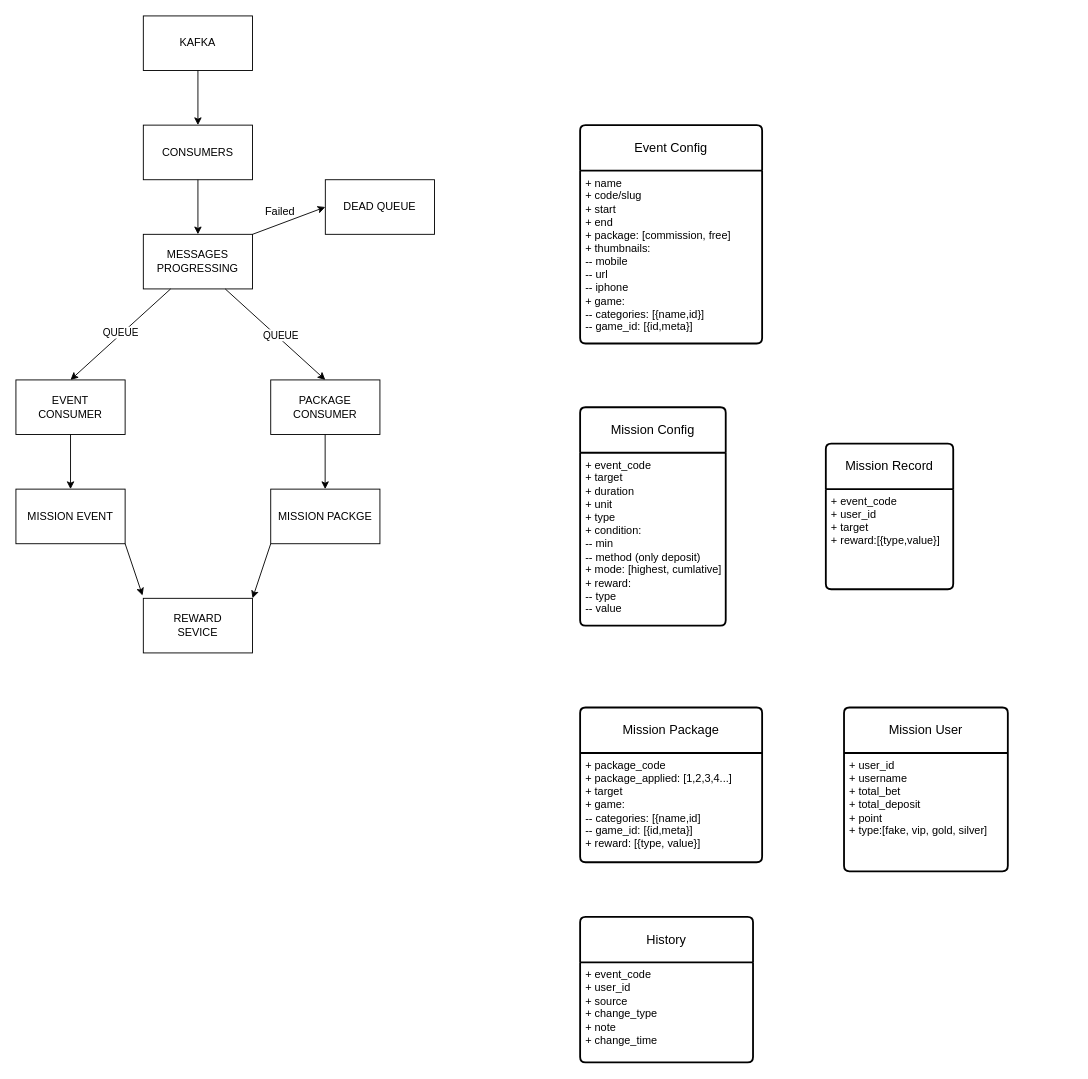
The draw.io diagram S8 Mission.drawio in aronans8/git-workflow, before the edit. Source tidied: cells renumbered, new cells numbered last; positions are measured from the earlier drawing's top-left corner, leaving out a move shared by most shapes. Both pictures are drawn from the tidied source at 91%, with x=0, y=0 at pixel (15, 15).
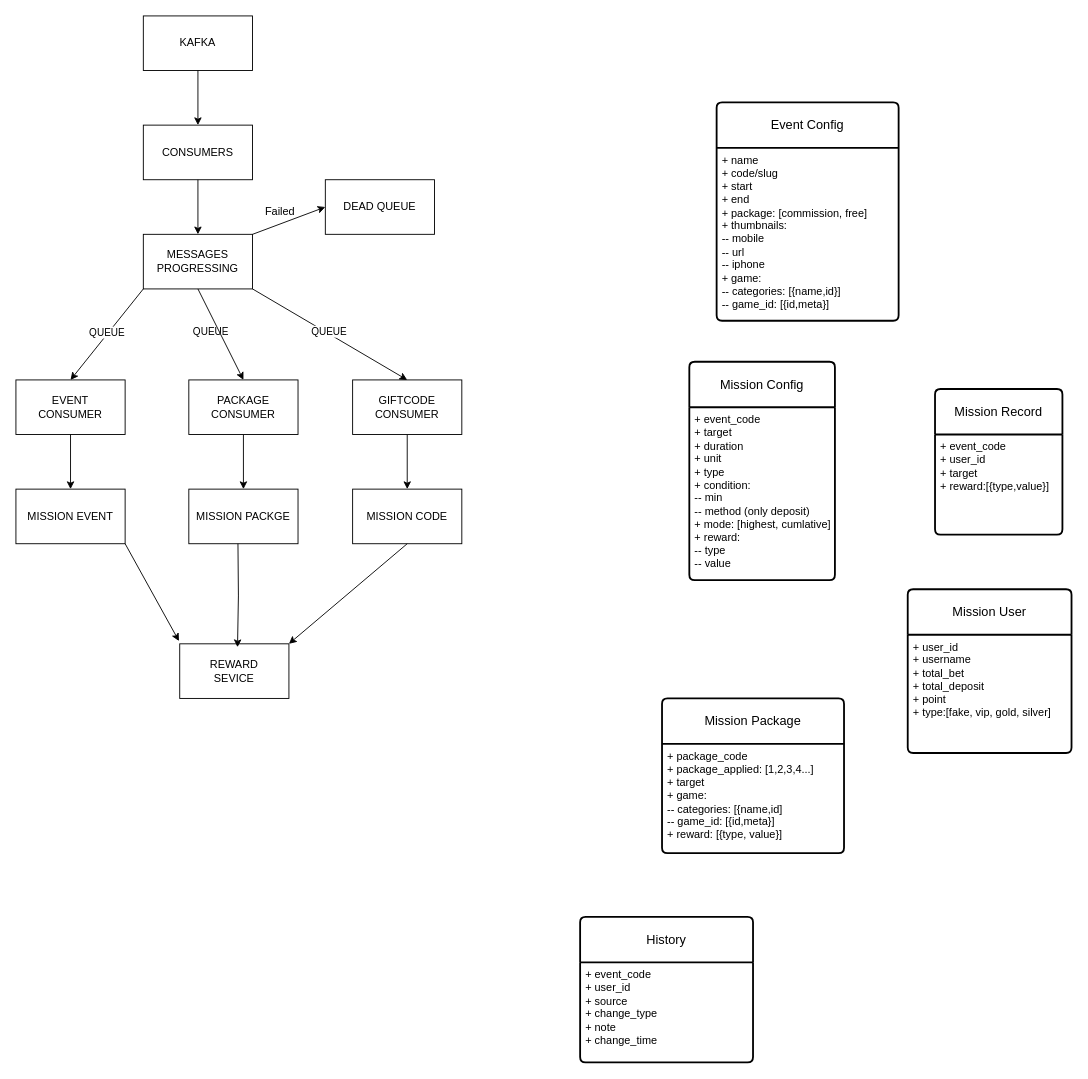
The same diagram, later.

Unchanged cells that the change refers to:
```xml
<mxCell id="6" value="MESSAGES PROGRESSING" style="rounded=0;whiteSpace=wrap;html=1;" parent="1" vertex="1">
  <mxGeometry x="140" y="240" width="120" height="60" as="geometry" />
</mxCell>
```

The edit, as a diff of the source:
```diff
@@
-    <mxCell id="7" style="endArrow=classic;html=1;rounded=0;exitX=0.25;exitY=1;exitDx=0;exitDy=0;" parent="1" edge="1" source="6">
+    <mxCell id="7" style="endArrow=classic;html=1;rounded=0;exitX=0;exitY=1;exitDx=0;exitDy=0;" parent="1" edge="1" source="6">
       <mxGeometry relative="1" as="geometry">
         <mxPoint x="60" y="400" as="targetPoint" />
       </mxGeometry>
     </mxCell>
@@
-    <mxCell id="9" style="endArrow=classic;html=1;rounded=0;exitX=0.75;exitY=1;exitDx=0;exitDy=0;" parent="1" edge="1" source="6">
-      <mxGeometry relative="1" as="geometry">
-        <mxPoint x="340" y="400" as="targetPoint" />
-      </mxGeometry>
-    </mxCell>
@@
+    <mxCell id="35" style="edgeStyle=orthogonalEdgeStyle;rounded=0;jettySize=auto;html=1;exitX=0.5;exitY=1;exitDx=0;exitDy=0;entryX=0.5;entryY=0;entryDx=0;entryDy=0;" parent="1" edge="1" source="11" target="15">
+      <mxGeometry relative="1" as="geometry" />
+    </mxCell>
     <mxCell id="11" value="PACKAGE&lt;br&gt;CONSUMER" style="rounded=0;whiteSpace=wrap;html=1;" parent="1" vertex="1">
-      <mxGeometry x="280" y="400" width="120" height="60" as="geometry" />
+      <mxGeometry x="190" y="400" width="120" height="60" as="geometry" />
     </mxCell>
@@
-    <mxCell id="14" style="endArrow=classic;html=1;rounded=0;exitX=0.5;exitY=1;exitDx=0;exitDy=0;" parent="1" edge="1">
-      <mxGeometry relative="1" as="geometry">
-        <mxPoint x="339.8" y="460" as="sourcePoint" />
-        <mxPoint x="339.8" y="520" as="targetPoint" />
-      </mxGeometry>
-    </mxCell>
     <mxCell id="15" value="MISSION PACKGE" style="rounded=0;whiteSpace=wrap;html=1;" parent="1" vertex="1">
-      <mxGeometry x="280" y="520" width="120" height="60" as="geometry" />
+      <mxGeometry x="190" y="520" width="120" height="60" as="geometry" />
     </mxCell>
     <mxCell id="16" value="REWARD&lt;br&gt;SEVICE" style="rounded=0;whiteSpace=wrap;html=1;" parent="1" vertex="1">
-      <mxGeometry x="140" y="640" width="120" height="60" as="geometry" />
+      <mxGeometry x="180" y="690" width="120" height="60" as="geometry" />
     </mxCell>
@@
-    <mxCell id="18" style="endArrow=classic;html=1;rounded=0;exitX=0;exitY=1;exitDx=0;exitDy=0;entryX=1;entryY=0;entryDx=0;entryDy=0;" parent="1" edge="1" source="15" target="16">
-      <mxGeometry relative="1" as="geometry" />
-    </mxCell>
@@
     <mxCell id="22" value="QUEUE" style="edgeLabel;html=1;align=center;verticalAlign=middle;" parent="1" vertex="1">
-      <mxGeometry x="290" y="350" as="geometry" />
+      <mxGeometry x="220" y="358" as="geometry">
+        <mxPoint x="-7" y="-12" as="offset" />
+      </mxGeometry>
     </mxCell>
     <mxCell id="23" value="Event Config" style="swimlane;horizontal=1;startSize=50;rounded=1;fontSize=14;fontStyle=0;strokeWidth=2;shadow=0;dashed=0;align=center;arcSize=4;whiteSpace=wrap;html=1;" parent="1" vertex="1">
-      <mxGeometry x="620" y="120" width="200" height="240" as="geometry" />
+      <mxGeometry x="770" y="95" width="200" height="240" as="geometry" />
     </mxCell>
@@
     <mxCell id="25" value="Mission Config" style="swimlane;horizontal=1;startSize=50;rounded=1;fontSize=14;fontStyle=0;strokeWidth=2;shadow=0;dashed=0;align=center;arcSize=4;whiteSpace=wrap;html=1;" parent="1" vertex="1">
-      <mxGeometry x="620" y="430" width="160" height="240" as="geometry" />
+      <mxGeometry x="740" y="380" width="160" height="240" as="geometry" />
     </mxCell>
@@
     <mxCell id="27" value="Mission Record" style="swimlane;horizontal=1;startSize=50;rounded=1;fontSize=14;fontStyle=0;strokeWidth=2;shadow=0;dashed=0;align=center;arcSize=4;whiteSpace=wrap;html=1;" parent="1" vertex="1">
-      <mxGeometry x="890" y="470" width="140" height="160" as="geometry" />
+      <mxGeometry x="1010" y="410" width="140" height="160" as="geometry" />
     </mxCell>
@@
     <mxCell id="29" value="Mission Package" style="swimlane;horizontal=1;startSize=50;rounded=1;fontSize=14;fontStyle=0;strokeWidth=2;shadow=0;dashed=0;align=center;arcSize=4;whiteSpace=wrap;html=1;" parent="1" vertex="1">
-      <mxGeometry x="620" y="760" width="200" height="170" as="geometry" />
+      <mxGeometry x="710" y="750" width="200" height="170" as="geometry" />
     </mxCell>
@@
     <mxCell id="31" value="Mission User" style="swimlane;horizontal=1;startSize=50;rounded=1;fontSize=14;fontStyle=0;strokeWidth=2;shadow=0;dashed=0;align=center;arcSize=4;whiteSpace=wrap;html=1;" parent="1" vertex="1">
-      <mxGeometry x="910" y="760" width="180" height="180" as="geometry" />
+      <mxGeometry x="980" y="630" width="180" height="180" as="geometry" />
     </mxCell>
@@
+    <mxCell id="36" style="edgeStyle=orthogonalEdgeStyle;rounded=0;jettySize=auto;html=1;" parent="1" edge="1" source="37" target="42">
+      <mxGeometry relative="1" as="geometry" />
+    </mxCell>
+    <mxCell id="37" value="GIFTCODE&lt;br&gt;CONSUMER" style="rounded=0;whiteSpace=wrap;html=1;" parent="1" vertex="1">
+      <mxGeometry x="370" y="400" width="120" height="60" as="geometry" />
+    </mxCell>
+    <mxCell id="38" style="endArrow=classic;html=1;rounded=0;exitX=0.5;exitY=1;exitDx=0;exitDy=0;entryX=0.5;entryY=0;entryDx=0;entryDy=0;" parent="1" edge="1" source="6" target="11">
+      <mxGeometry relative="1" as="geometry" />
+    </mxCell>
+    <mxCell id="39" style="endArrow=classic;html=1;rounded=0;exitX=0.5;exitY=1;exitDx=0;exitDy=0;entryX=0.5;entryY=0;entryDx=0;entryDy=0;" parent="1" edge="1" target="37">
+      <mxGeometry relative="1" as="geometry">
+        <mxPoint x="260" y="300" as="sourcePoint" />
+      </mxGeometry>
+    </mxCell>
+    <mxCell id="40" value="QUEUE" style="edgeLabel;html=1;align=center;verticalAlign=middle;" parent="1" vertex="1">
+      <mxGeometry x="350" y="358" as="geometry">
+        <mxPoint x="-7" y="-12" as="offset" />
+      </mxGeometry>
+    </mxCell>
+    <mxCell id="41" style="edgeStyle=orthogonalEdgeStyle;rounded=0;orthogonalLoop=1;jettySize=auto;html=1;exitX=0.5;exitY=1;exitDx=0;exitDy=0;entryX=0.579;entryY=0.062;entryDx=0;entryDy=0;entryPerimeter=0;" parent="1" edge="1">
+      <mxGeometry relative="1" as="geometry">
+        <mxPoint x="244" y="580" as="sourcePoint" />
+        <mxPoint x="243.5" y="693.7" as="targetPoint" />
+      </mxGeometry>
+    </mxCell>
+    <mxCell id="42" value="MISSION CODE" style="rounded=0;whiteSpace=wrap;html=1;" parent="1" vertex="1">
+      <mxGeometry x="370" y="520" width="120" height="60" as="geometry" />
+    </mxCell>
+    <mxCell id="43" style="endArrow=classic;html=1;rounded=0;exitX=0.5;exitY=1;exitDx=0;exitDy=0;entryX=1;entryY=0;entryDx=0;entryDy=0;" parent="1" edge="1" source="42" target="16">
+      <mxGeometry relative="1" as="geometry" />
+    </mxCell>
```
